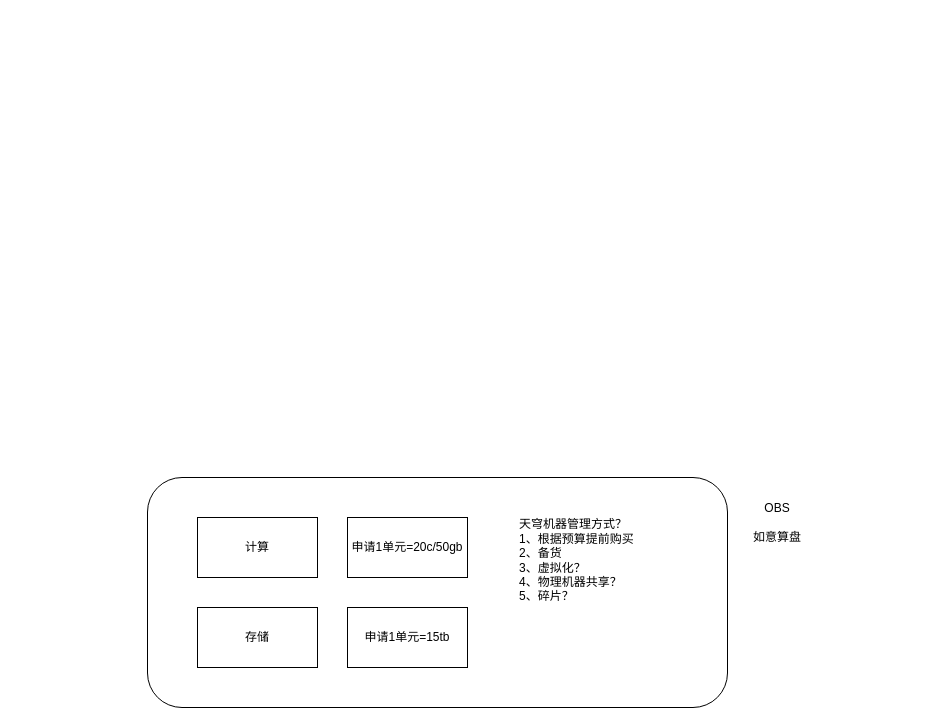
Earlier version of the draw.io diagram 天穹2.0.drawio (yuhuali1989/ui). Source tidied: cells renumbered, new cells numbered last; positions are measured from the earlier drawing's top-left corner, leaving out a move shared by most shapes. Both pictures are drawn from the tidied source at 100%, with x=0, y=0 at pixel (147, 477).
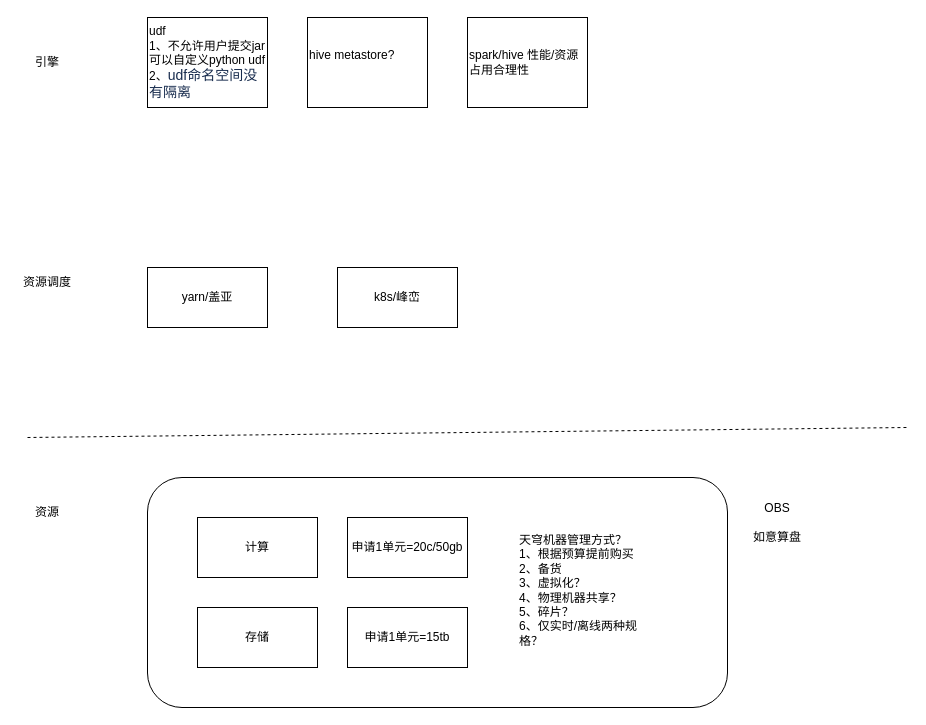
The same page after the edit.

Diff of the diagram source:
```diff
@@
 <mxGraphModel>
   <root>
     <mxCell id="0" />
     <mxCell id="1" parent="0" />
     <mxCell id="2" style="rounded=1;whiteSpace=wrap;html=1;" parent="1" vertex="1">
       <mxGeometry width="580" height="230" as="geometry" />
     </mxCell>
     <mxCell id="3" value="存储" style="rounded=0;whiteSpace=wrap;html=1;" parent="1" vertex="1">
       <mxGeometry x="50" y="130" width="120" height="60" as="geometry" />
     </mxCell>
     <mxCell id="4" value="计算" style="rounded=0;whiteSpace=wrap;html=1;" parent="1" vertex="1">
       <mxGeometry x="50" y="40" width="120" height="60" as="geometry" />
     </mxCell>
     <mxCell id="5" value="申请1单元=15tb" style="rounded=0;whiteSpace=wrap;html=1;" parent="1" vertex="1">
       <mxGeometry x="200" y="130" width="120" height="60" as="geometry" />
     </mxCell>
     <mxCell id="6" value="申请1单元=20c/50gb" style="rounded=0;whiteSpace=wrap;html=1;" parent="1" vertex="1">
       <mxGeometry x="200" y="40" width="120" height="60" as="geometry" />
     </mxCell>
-    <mxCell id="7" value="天穹机器管理方式？&lt;br&gt;1、根据预算提前购买&lt;br&gt;2、备货&lt;br&gt;3、虚拟化？&lt;br&gt;4、物理机器共享？&lt;br&gt;5、碎片？" style="text;html=1;strokeColor=none;fillColor=none;align=left;verticalAlign=middle;whiteSpace=wrap;rounded=0;" parent="1" vertex="1">
-      <mxGeometry x="370" y="35" width="130" height="95" as="geometry" />
+    <mxCell id="7" value="天穹机器管理方式？&lt;br&gt;1、根据预算提前购买&lt;br&gt;2、备货&lt;br&gt;3、虚拟化？&lt;br&gt;4、物理机器共享？&lt;br&gt;5、碎片？&lt;br&gt;6、仅实时/离线两种规格？" style="text;html=1;strokeColor=none;fillColor=none;align=left;verticalAlign=middle;whiteSpace=wrap;rounded=0;" parent="1" vertex="1">
+      <mxGeometry x="370" y="35" width="130" height="155" as="geometry" />
     </mxCell>
     <mxCell id="8" value="OBS&lt;br&gt;&lt;br&gt;如意算盘" style="text;html=1;strokeColor=none;fillColor=none;align=center;verticalAlign=middle;whiteSpace=wrap;rounded=0;" parent="1" vertex="1">
       <mxGeometry x="600" y="30" width="60" height="30" as="geometry" />
     </mxCell>
+    <mxCell id="9" style="endArrow=none;dashed=1;html=1;rounded=0;" parent="1" edge="1">
+      <mxGeometry relative="1" as="geometry">
+        <mxPoint x="-120" y="-40" as="sourcePoint" />
+        <mxPoint x="760" y="-50" as="targetPoint" />
+      </mxGeometry>
+    </mxCell>
+    <mxCell id="10" value="资源" style="text;html=1;strokeColor=none;fillColor=none;align=center;verticalAlign=middle;whiteSpace=wrap;rounded=0;" parent="1" vertex="1">
+      <mxGeometry x="-130" y="20" width="60" height="30" as="geometry" />
+    </mxCell>
+    <mxCell id="11" value="yarn/盖亚" style="rounded=0;whiteSpace=wrap;html=1;" parent="1" vertex="1">
+      <mxGeometry y="-210" width="120" height="60" as="geometry" />
+    </mxCell>
+    <mxCell id="12" value="资源调度" style="text;html=1;strokeColor=none;fillColor=none;align=center;verticalAlign=middle;whiteSpace=wrap;rounded=0;" parent="1" vertex="1">
+      <mxGeometry x="-130" y="-210" width="60" height="30" as="geometry" />
+    </mxCell>
+    <mxCell id="13" value="引擎" style="text;html=1;strokeColor=none;fillColor=none;align=center;verticalAlign=middle;whiteSpace=wrap;rounded=0;" parent="1" vertex="1">
+      <mxGeometry x="-130" y="-430" width="60" height="30" as="geometry" />
+    </mxCell>
+    <mxCell id="14" value="udf&lt;br&gt;1、不允许用户提交jar&lt;br&gt;可以自定义python udf&lt;br&gt;2、&lt;span style=&quot;color: rgb(23 , 43 , 77) ; font-family: , &amp;#34;system-ui&amp;#34; , &amp;#34;segoe ui&amp;#34; , &amp;#34;roboto&amp;#34; , &amp;#34;oxygen&amp;#34; , &amp;#34;ubuntu&amp;#34; , &amp;#34;fira sans&amp;#34; , &amp;#34;droid sans&amp;#34; , &amp;#34;helvetica neue&amp;#34; , sans-serif ; font-size: 14px ; background-color: rgb(255 , 255 , 255)&quot;&gt;udf命名空间没有隔离&lt;/span&gt;" style="rounded=0;whiteSpace=wrap;html=1;align=left;" parent="1" vertex="1">
+      <mxGeometry y="-460" width="120" height="90" as="geometry" />
+    </mxCell>
+    <mxCell id="15" value="hive metastore?&lt;br&gt;&lt;br&gt;" style="rounded=0;whiteSpace=wrap;html=1;align=left;" parent="1" vertex="1">
+      <mxGeometry x="160" y="-460" width="120" height="90" as="geometry" />
+    </mxCell>
+    <mxCell id="16" value="spark/hive 性能/资源占用合理性" style="rounded=0;whiteSpace=wrap;html=1;align=left;" parent="1" vertex="1">
+      <mxGeometry x="320" y="-460" width="120" height="90" as="geometry" />
+    </mxCell>
+    <mxCell id="17" value="k8s/峰峦" style="rounded=0;whiteSpace=wrap;html=1;" parent="1" vertex="1">
+      <mxGeometry x="190" y="-210" width="120" height="60" as="geometry" />
+    </mxCell>
   </root>
 </mxGraphModel>
```
